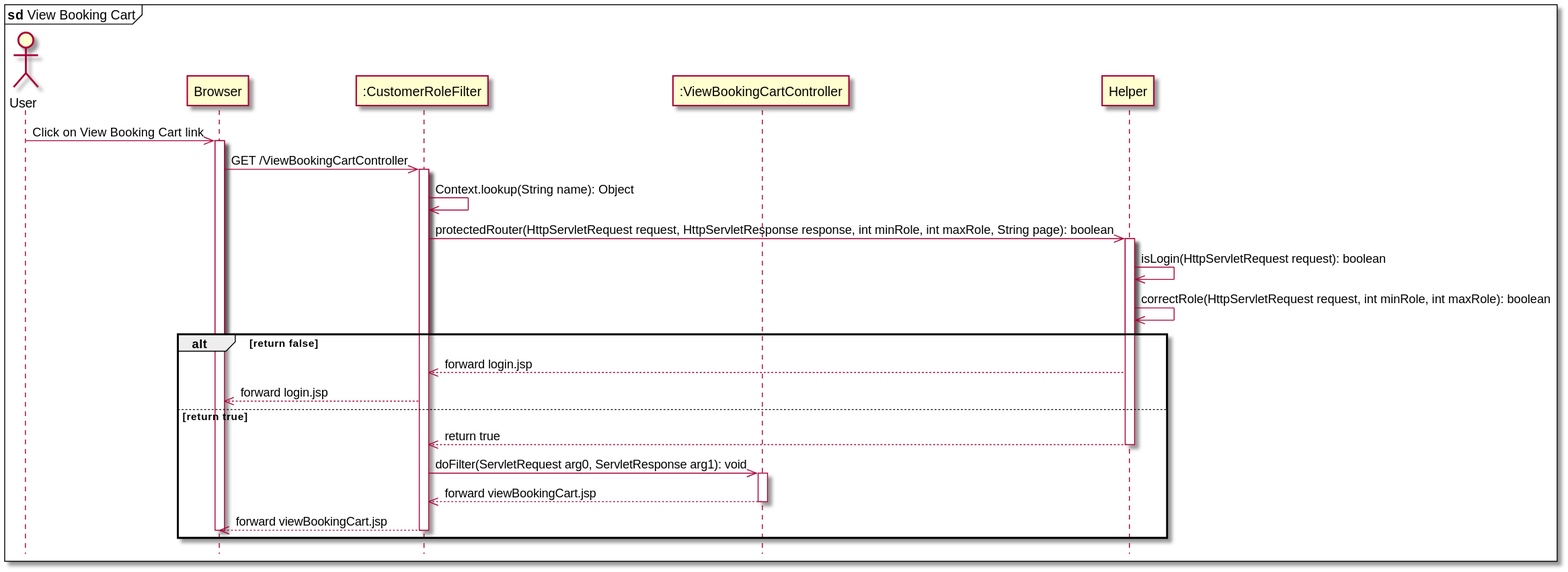
Above: data/sequence/viewBookingCart.svg in tantruong2303/booking-hotel (PlantUML), before the change.
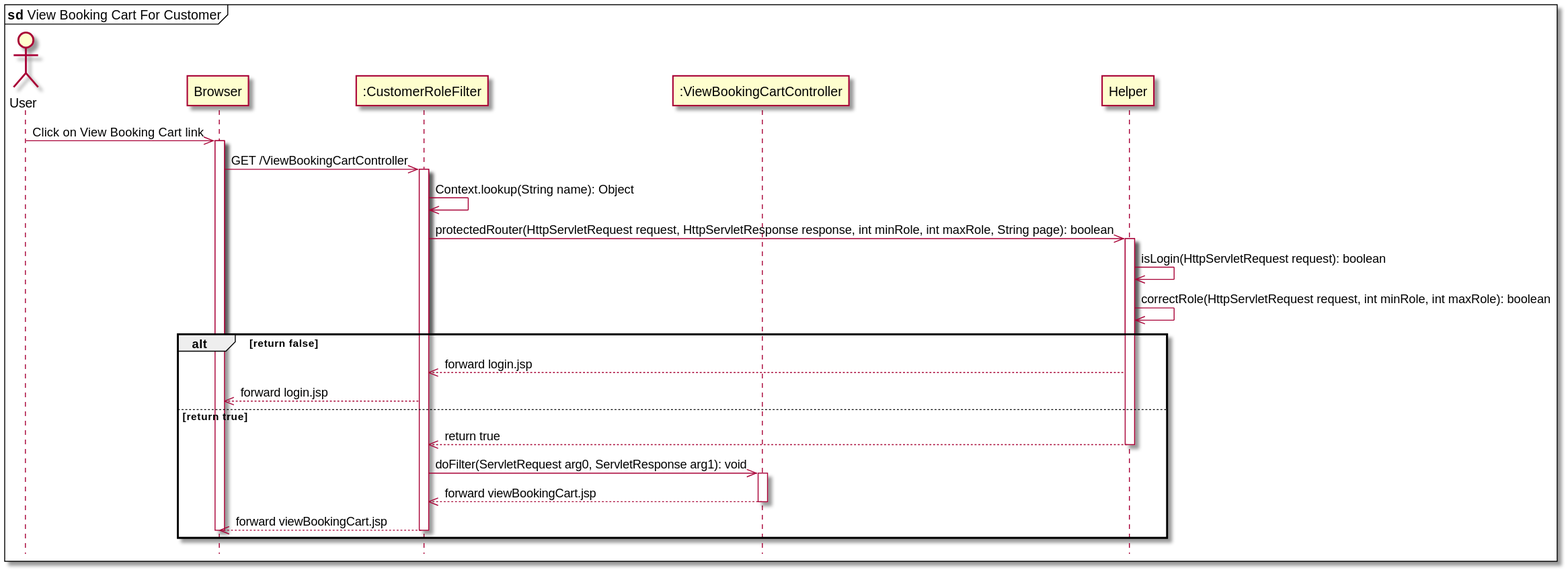
After the change.

Diff of the diagram source:
```diff
@@ -1,7 +1,7 @@
 @startuml viewBookingCart
 
 hide footbox
-mainframe <b>sd</b> View Booking Cart
+mainframe <b>sd</b> View Booking Cart For Customer
 actor User
 participant "Browser" as Browser
 participant ":CustomerRoleFilter" as CustomerRoleFilter
```
